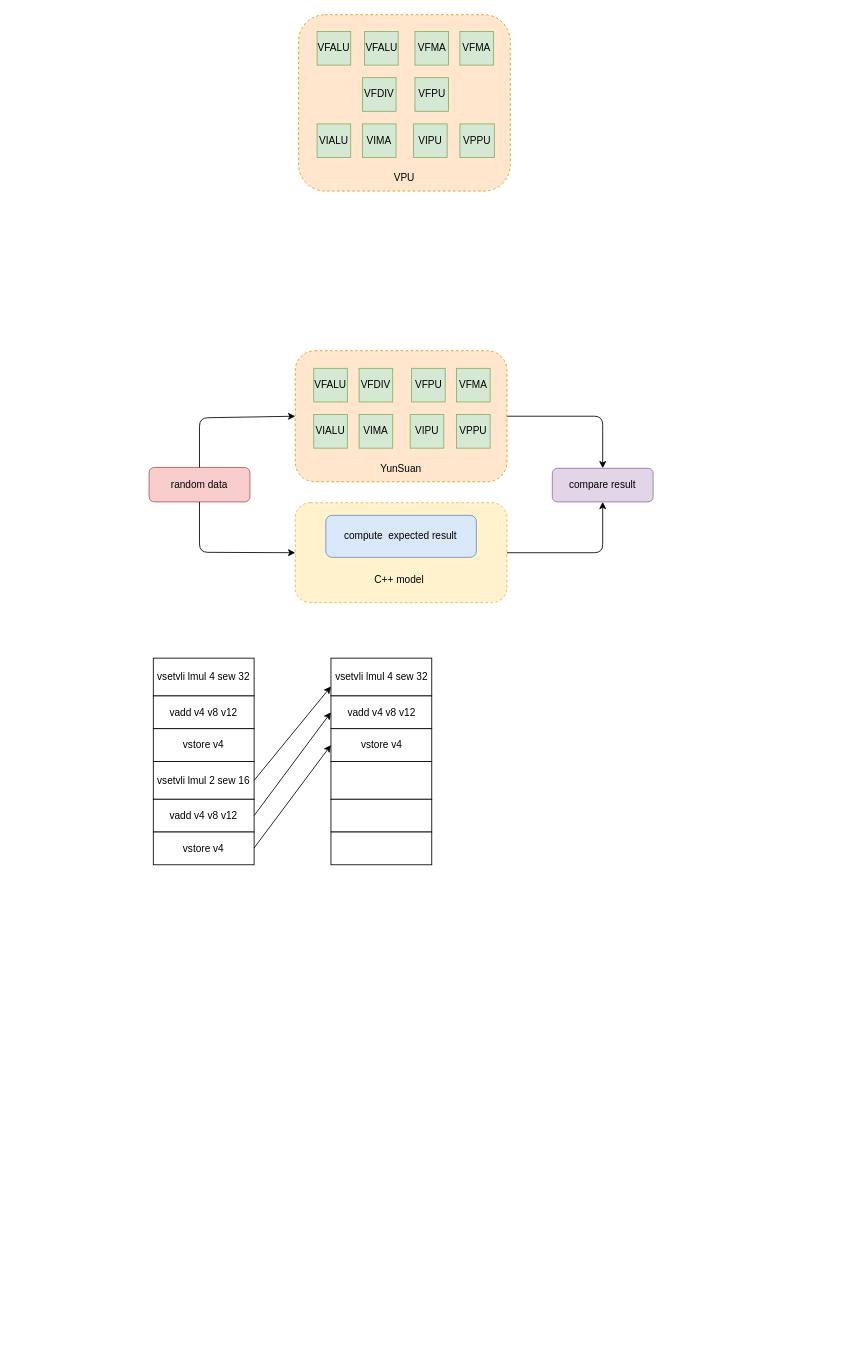
Earlier version of the draw.io diagram vector4.drawio (Ziyue-Zhang/draw_picture). Source tidied: cells renumbered, new cells numbered last; positions are measured from the earlier drawing's top-left corner, leaving out a move shared by most shapes. Both pictures are drawn from the tidied source at 84%, with x=0, y=0 at pixel (149, 14).
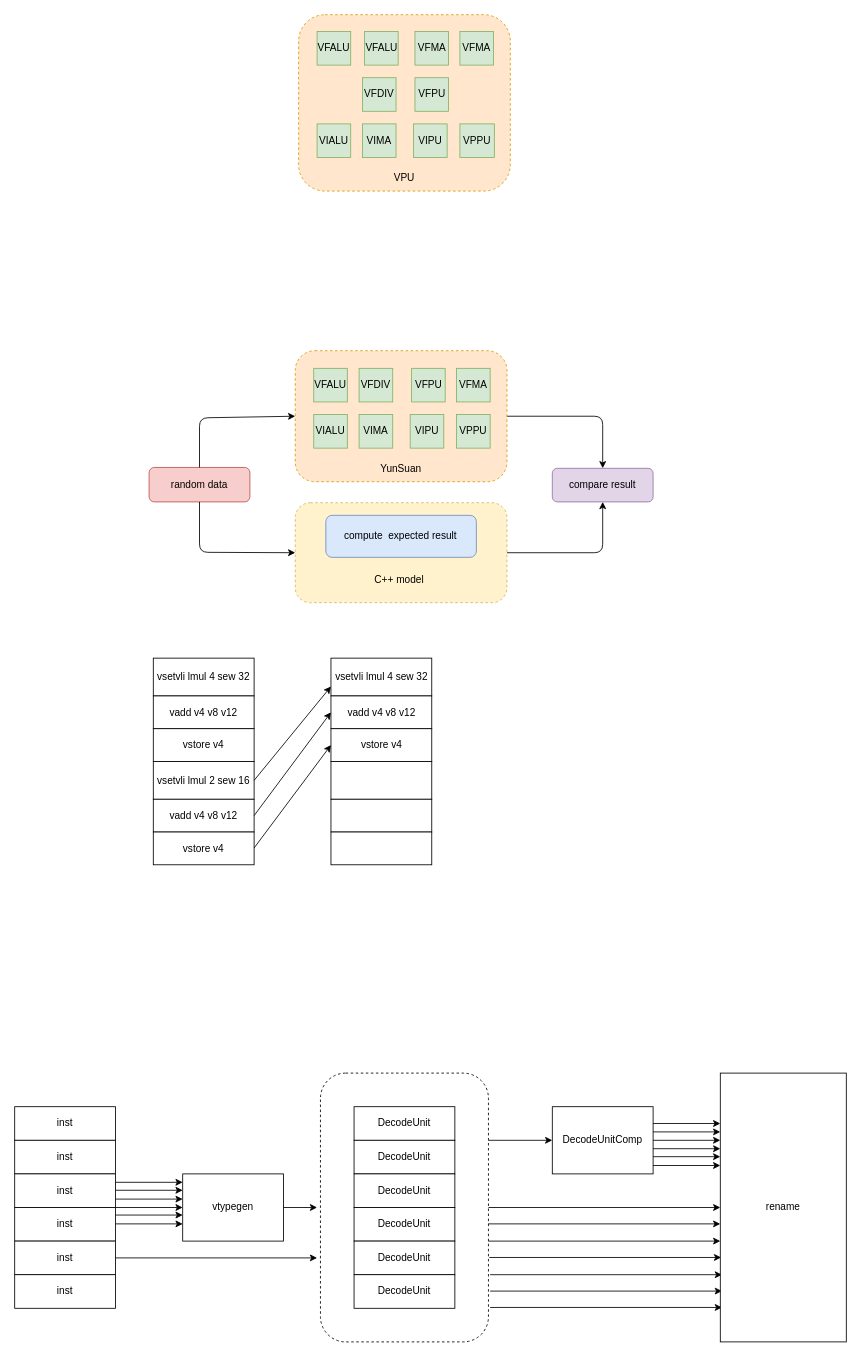
After the change.

Diff of the diagram source:
```diff
@@
+    <mxCell id="48" value="inst" style="rounded=0;whiteSpace=wrap;html=1;" parent="1" vertex="1">
+      <mxGeometry x="-160" y="1300" width="120" height="40" as="geometry" />
+    </mxCell>
+    <mxCell id="49" value="inst" style="rounded=0;whiteSpace=wrap;html=1;" parent="1" vertex="1">
+      <mxGeometry x="-160" y="1340" width="120" height="40" as="geometry" />
+    </mxCell>
+    <mxCell id="50" value="inst" style="rounded=0;whiteSpace=wrap;html=1;" parent="1" vertex="1">
+      <mxGeometry x="-160" y="1380" width="120" height="40" as="geometry" />
+    </mxCell>
+    <mxCell id="51" value="inst" style="rounded=0;whiteSpace=wrap;html=1;" parent="1" vertex="1">
+      <mxGeometry x="-160" y="1420" width="120" height="40" as="geometry" />
+    </mxCell>
+    <mxCell id="52" value="inst" style="rounded=0;whiteSpace=wrap;html=1;" parent="1" vertex="1">
+      <mxGeometry x="-160" y="1460" width="120" height="40" as="geometry" />
+    </mxCell>
+    <mxCell id="53" value="inst" style="rounded=0;whiteSpace=wrap;html=1;" parent="1" vertex="1">
+      <mxGeometry x="-160" y="1500" width="120" height="40" as="geometry" />
+    </mxCell>
+    <mxCell id="54" value="vtypegen" style="rounded=0;whiteSpace=wrap;html=1;" parent="1" vertex="1">
+      <mxGeometry x="40" y="1380" width="120" height="80" as="geometry" />
+    </mxCell>
+    <mxCell id="55" style="endArrow=classic;html=1;rounded=0;exitX=1;exitY=0.25;exitDx=0;exitDy=0;" parent="1" edge="1" source="50">
+      <mxGeometry relative="1" as="geometry">
+        <mxPoint x="40" y="1390" as="targetPoint" />
+      </mxGeometry>
+    </mxCell>
+    <mxCell id="56" style="endArrow=classic;html=1;rounded=0;exitX=1;exitY=0.25;exitDx=0;exitDy=0;" parent="1" edge="1">
+      <mxGeometry relative="1" as="geometry">
+        <mxPoint x="-40" y="1399.5" as="sourcePoint" />
+        <mxPoint x="40" y="1399.5" as="targetPoint" />
+      </mxGeometry>
+    </mxCell>
+    <mxCell id="57" style="endArrow=classic;html=1;rounded=0;exitX=1;exitY=0.25;exitDx=0;exitDy=0;" parent="1" edge="1">
+      <mxGeometry relative="1" as="geometry">
+        <mxPoint x="-40" y="1410" as="sourcePoint" />
+        <mxPoint x="40" y="1410" as="targetPoint" />
+      </mxGeometry>
+    </mxCell>
+    <mxCell id="58" style="endArrow=classic;html=1;rounded=0;exitX=1;exitY=0.25;exitDx=0;exitDy=0;" parent="1" edge="1">
+      <mxGeometry relative="1" as="geometry">
+        <mxPoint x="-40" y="1420" as="sourcePoint" />
+        <mxPoint x="40" y="1420" as="targetPoint" />
+      </mxGeometry>
+    </mxCell>
+    <mxCell id="59" style="endArrow=classic;html=1;rounded=0;exitX=1;exitY=0.25;exitDx=0;exitDy=0;" parent="1" edge="1">
+      <mxGeometry relative="1" as="geometry">
+        <mxPoint x="-40" y="1429" as="sourcePoint" />
+        <mxPoint x="40" y="1429" as="targetPoint" />
+      </mxGeometry>
+    </mxCell>
+    <mxCell id="60" style="endArrow=classic;html=1;rounded=0;exitX=1;exitY=0.25;exitDx=0;exitDy=0;" parent="1" edge="1">
+      <mxGeometry relative="1" as="geometry">
+        <mxPoint x="-40" y="1439.5" as="sourcePoint" />
+        <mxPoint x="40" y="1439.5" as="targetPoint" />
+      </mxGeometry>
+    </mxCell>
+    <mxCell id="61" style="rounded=1;whiteSpace=wrap;html=1;dashed=1;" parent="1" vertex="1">
+      <mxGeometry x="204" y="1260" width="200" height="320" as="geometry" />
+    </mxCell>
+    <mxCell id="62" value="DecodeUnit" style="rounded=0;whiteSpace=wrap;html=1;" parent="1" vertex="1">
+      <mxGeometry x="244" y="1300" width="120" height="40" as="geometry" />
+    </mxCell>
+    <mxCell id="63" value="DecodeUnit" style="rounded=0;whiteSpace=wrap;html=1;" parent="1" vertex="1">
+      <mxGeometry x="244" y="1340" width="120" height="40" as="geometry" />
+    </mxCell>
+    <mxCell id="64" value="DecodeUnit" style="rounded=0;whiteSpace=wrap;html=1;" parent="1" vertex="1">
+      <mxGeometry x="244" y="1380" width="120" height="40" as="geometry" />
+    </mxCell>
+    <mxCell id="65" value="DecodeUnit" style="rounded=0;whiteSpace=wrap;html=1;" parent="1" vertex="1">
+      <mxGeometry x="244" y="1420" width="120" height="40" as="geometry" />
+    </mxCell>
+    <mxCell id="66" value="DecodeUnit" style="rounded=0;whiteSpace=wrap;html=1;" parent="1" vertex="1">
+      <mxGeometry x="244" y="1460" width="120" height="40" as="geometry" />
+    </mxCell>
+    <mxCell id="67" value="DecodeUnit" style="rounded=0;whiteSpace=wrap;html=1;" parent="1" vertex="1">
+      <mxGeometry x="244" y="1500" width="120" height="40" as="geometry" />
+    </mxCell>
+    <mxCell id="68" style="endArrow=classic;html=1;rounded=0;exitX=1;exitY=0.5;exitDx=0;exitDy=0;" parent="1" edge="1" source="52">
+      <mxGeometry relative="1" as="geometry">
+        <mxPoint x="200" y="1480" as="targetPoint" />
+      </mxGeometry>
+    </mxCell>
+    <mxCell id="69" style="endArrow=classic;html=1;rounded=0;exitX=1;exitY=0.5;exitDx=0;exitDy=0;" parent="1" edge="1" source="54">
+      <mxGeometry relative="1" as="geometry">
+        <mxPoint x="200" y="1420" as="targetPoint" />
+      </mxGeometry>
+    </mxCell>
+    <mxCell id="70" style="endArrow=classic;html=1;rounded=0;exitX=1;exitY=0.25;exitDx=0;exitDy=0;" parent="1" edge="1" source="61">
+      <mxGeometry relative="1" as="geometry">
+        <mxPoint x="480" y="1340" as="targetPoint" />
+      </mxGeometry>
+    </mxCell>
+    <mxCell id="71" value="DecodeUnitComp" style="rounded=0;whiteSpace=wrap;html=1;" parent="1" vertex="1">
+      <mxGeometry x="480" y="1300" width="120" height="80" as="geometry" />
+    </mxCell>
+    <mxCell id="72" style="endArrow=classic;html=1;rounded=0;exitX=1;exitY=0.25;exitDx=0;exitDy=0;" parent="1" edge="1" source="71">
+      <mxGeometry relative="1" as="geometry">
+        <mxPoint x="680" y="1320" as="targetPoint" />
+      </mxGeometry>
+    </mxCell>
+    <mxCell id="73" style="endArrow=classic;html=1;rounded=0;exitX=1;exitY=0.25;exitDx=0;exitDy=0;" parent="1" edge="1">
+      <mxGeometry relative="1" as="geometry">
+        <mxPoint x="600" y="1330" as="sourcePoint" />
+        <mxPoint x="680" y="1330" as="targetPoint" />
+      </mxGeometry>
+    </mxCell>
+    <mxCell id="74" style="endArrow=classic;html=1;rounded=0;exitX=1;exitY=0.25;exitDx=0;exitDy=0;" parent="1" edge="1">
+      <mxGeometry relative="1" as="geometry">
+        <mxPoint x="600" y="1340" as="sourcePoint" />
+        <mxPoint x="680" y="1340" as="targetPoint" />
+      </mxGeometry>
+    </mxCell>
+    <mxCell id="75" style="endArrow=classic;html=1;rounded=0;exitX=1;exitY=0.25;exitDx=0;exitDy=0;" parent="1" edge="1">
+      <mxGeometry relative="1" as="geometry">
+        <mxPoint x="600" y="1350" as="sourcePoint" />
+        <mxPoint x="680" y="1350" as="targetPoint" />
+      </mxGeometry>
+    </mxCell>
+    <mxCell id="76" style="endArrow=classic;html=1;rounded=0;exitX=1;exitY=0.25;exitDx=0;exitDy=0;" parent="1" edge="1">
+      <mxGeometry relative="1" as="geometry">
+        <mxPoint x="600" y="1359.5" as="sourcePoint" />
+        <mxPoint x="680" y="1359.5" as="targetPoint" />
+      </mxGeometry>
+    </mxCell>
+    <mxCell id="77" style="endArrow=classic;html=1;rounded=0;exitX=1;exitY=0.25;exitDx=0;exitDy=0;" parent="1" edge="1">
+      <mxGeometry relative="1" as="geometry">
+        <mxPoint x="600" y="1370" as="sourcePoint" />
+        <mxPoint x="680" y="1370" as="targetPoint" />
+      </mxGeometry>
+    </mxCell>
+    <mxCell id="78" style="endArrow=classic;html=1;rounded=0;exitX=1;exitY=0.5;exitDx=0;exitDy=0;" parent="1" edge="1" source="61">
+      <mxGeometry relative="1" as="geometry">
+        <mxPoint x="680" y="1420" as="targetPoint" />
+      </mxGeometry>
+    </mxCell>
+    <mxCell id="79" style="endArrow=classic;html=1;rounded=0;exitX=1;exitY=0.5;exitDx=0;exitDy=0;" parent="1" edge="1">
+      <mxGeometry relative="1" as="geometry">
+        <mxPoint x="404" y="1439.5" as="sourcePoint" />
+        <mxPoint x="680" y="1439.5" as="targetPoint" />
+      </mxGeometry>
+    </mxCell>
+    <mxCell id="80" style="endArrow=classic;html=1;rounded=0;exitX=1;exitY=0.5;exitDx=0;exitDy=0;" parent="1" edge="1">
+      <mxGeometry relative="1" as="geometry">
+        <mxPoint x="404" y="1460" as="sourcePoint" />
+        <mxPoint x="680" y="1460" as="targetPoint" />
+      </mxGeometry>
+    </mxCell>
+    <mxCell id="81" style="endArrow=classic;html=1;rounded=0;exitX=1;exitY=0.5;exitDx=0;exitDy=0;" parent="1" edge="1">
+      <mxGeometry relative="1" as="geometry">
+        <mxPoint x="405" y="1479.5" as="sourcePoint" />
+        <mxPoint x="681" y="1479.5" as="targetPoint" />
+      </mxGeometry>
+    </mxCell>
+    <mxCell id="82" style="endArrow=classic;html=1;rounded=0;exitX=1;exitY=0.5;exitDx=0;exitDy=0;" parent="1" edge="1">
+      <mxGeometry relative="1" as="geometry">
+        <mxPoint x="406" y="1500" as="sourcePoint" />
+        <mxPoint x="682" y="1500" as="targetPoint" />
+      </mxGeometry>
+    </mxCell>
+    <mxCell id="83" style="endArrow=classic;html=1;rounded=0;exitX=1;exitY=0.5;exitDx=0;exitDy=0;" parent="1" edge="1">
+      <mxGeometry relative="1" as="geometry">
+        <mxPoint x="406" y="1539" as="sourcePoint" />
+        <mxPoint x="682" y="1539" as="targetPoint" />
+      </mxGeometry>
+    </mxCell>
+    <mxCell id="84" style="endArrow=classic;html=1;rounded=0;exitX=1;exitY=0.5;exitDx=0;exitDy=0;" parent="1" edge="1">
+      <mxGeometry relative="1" as="geometry">
+        <mxPoint x="406" y="1519.5" as="sourcePoint" />
+        <mxPoint x="682" y="1519.5" as="targetPoint" />
+      </mxGeometry>
+    </mxCell>
+    <mxCell id="85" value="rename" style="rounded=0;whiteSpace=wrap;html=1;" parent="1" vertex="1">
+      <mxGeometry x="680" y="1260" width="150" height="320" as="geometry" />
+    </mxCell>
```
